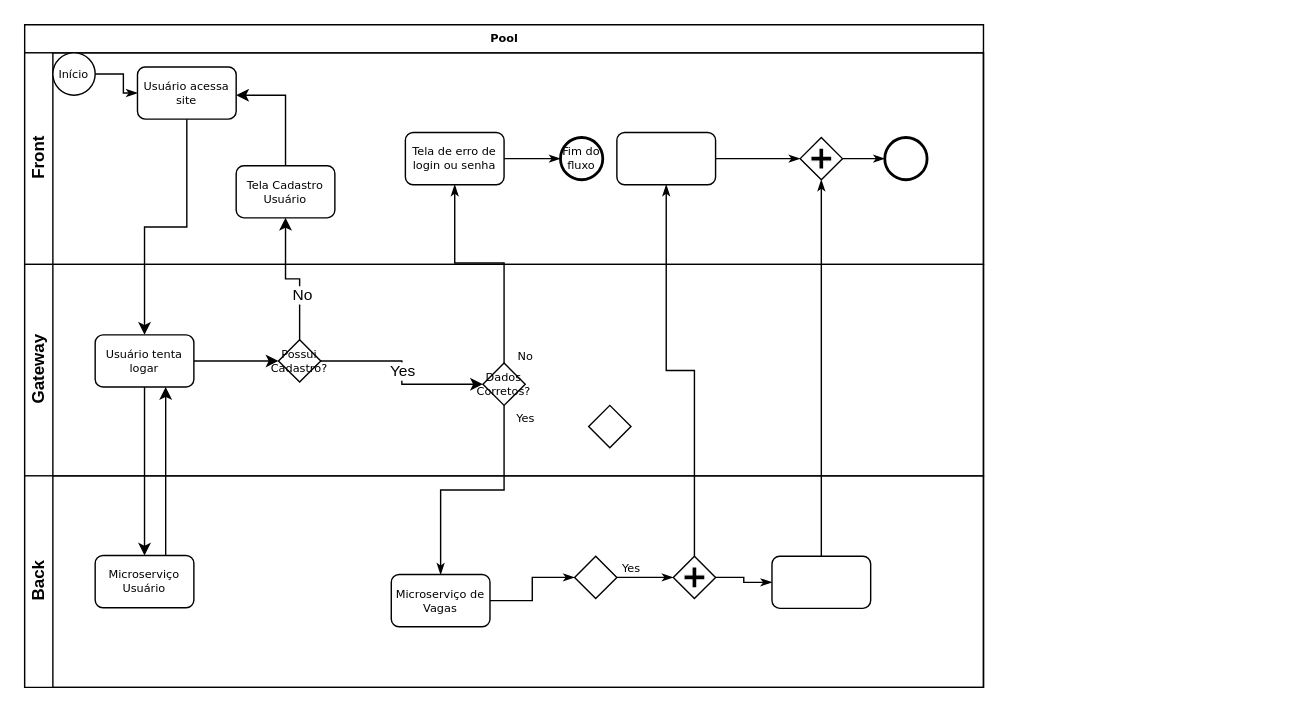
The draw.io diagram page "Diagrama de Ação" (1 of 2) of des-arqt-sol-ttr-cadastro-usuario-0001.drawio in lorenaabreu/transtrampoarq, before the edit. Source tidied: cells renumbered, new cells numbered last; positions are measured from the earlier drawing's top-left corner, leaving out a move shared by most shapes. Both pictures are drawn from the tidied source at 141%, with x=0, y=0 at pixel (24, 24).
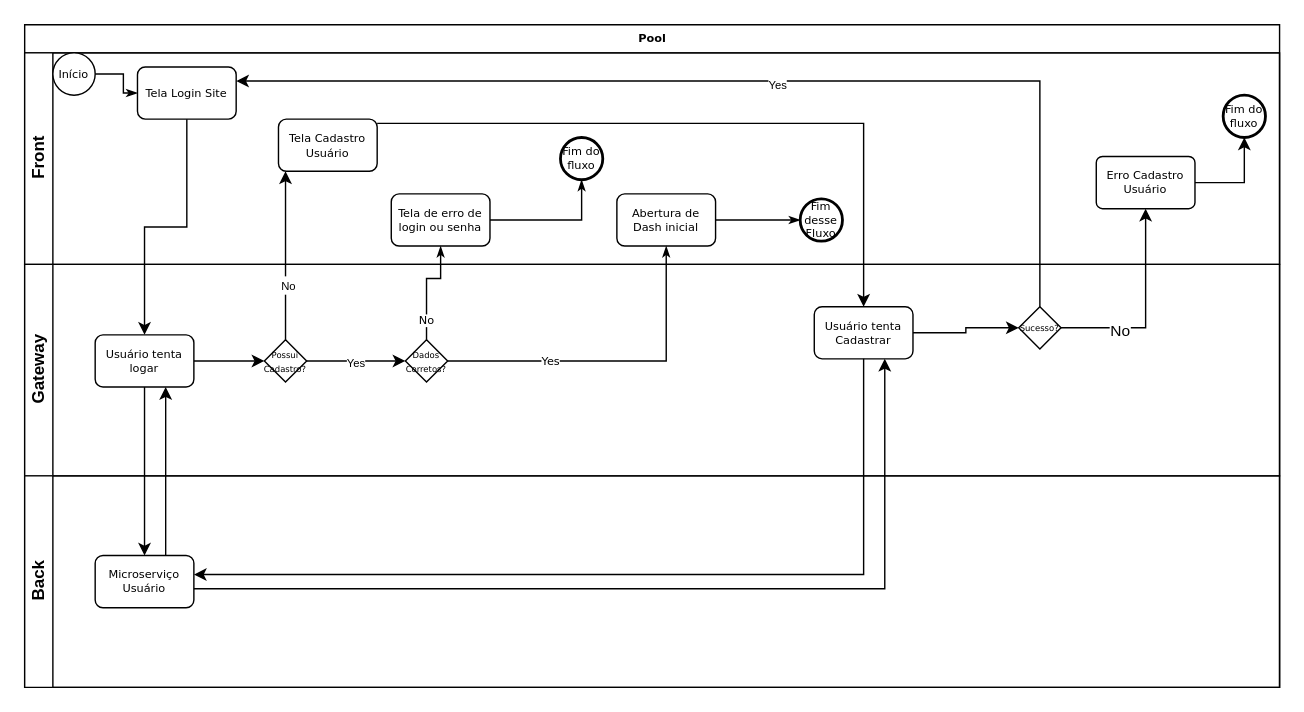
The same page after the edit.

The change refers to these unchanged cells:
```xml
<mxCell id="33" value="Microserviço Usuário" style="rounded=1;whiteSpace=wrap;html=1;shadow=0;labelBackgroundColor=none;strokeWidth=1;fontFamily=Verdana;fontSize=8;align=center;" parent="25" vertex="1">
  <mxGeometry x="50" y="56.5" width="70" height="37" as="geometry" />
</mxCell>
```

The edit, as a diff of the source:
```diff
@@
     <mxCell id="2" value="Pool" style="swimlane;html=1;horizontal=1;startSize=20;rounded=0;shadow=0;labelBackgroundColor=none;strokeWidth=1;fontFamily=Verdana;fontSize=8;align=center;" parent="1" vertex="1">
-      <mxGeometry width="680" height="470" as="geometry" />
+      <mxGeometry width="890" height="470" as="geometry" />
     </mxCell>
     <mxCell id="3" value="Front" style="swimlane;html=1;startSize=20;horizontal=0;" parent="2" vertex="1">
-      <mxGeometry y="20" width="680" height="150" as="geometry" />
+      <mxGeometry y="20" width="890" height="150" as="geometry" />
     </mxCell>
@@
-    <mxCell id="6" value="Usuário acessa site" style="rounded=1;whiteSpace=wrap;html=1;shadow=0;labelBackgroundColor=none;strokeWidth=1;fontFamily=Verdana;fontSize=8;align=center;" parent="3" vertex="1">
+    <mxCell id="6" value="Tela Login Site" style="rounded=1;whiteSpace=wrap;html=1;shadow=0;labelBackgroundColor=none;strokeWidth=1;fontFamily=Verdana;fontSize=8;align=center;" parent="3" vertex="1">
       <mxGeometry x="80" y="10" width="70" height="37" as="geometry" />
     </mxCell>
@@
     <mxCell id="8" value="Tela de erro de login ou senha" style="rounded=1;whiteSpace=wrap;html=1;shadow=0;labelBackgroundColor=none;strokeWidth=1;fontFamily=Verdana;fontSize=8;align=center;" parent="3" vertex="1">
-      <mxGeometry x="270" y="56.5" width="70" height="37" as="geometry" />
+      <mxGeometry x="260" y="100" width="70" height="37" as="geometry" />
     </mxCell>
@@
-    <mxCell id="10" style="edgeStyle=orthogonalEdgeStyle;rounded=0;html=1;entryX=0;entryY=0.5;labelBackgroundColor=none;startArrow=none;startFill=0;startSize=5;endArrow=classicThin;endFill=1;endSize=5;jettySize=auto;strokeWidth=1;fontFamily=Verdana;fontSize=8;" parent="3" edge="1" source="11" target="13">
-      <mxGeometry relative="1" as="geometry" />
-    </mxCell>
-    <mxCell id="11" style="rounded=1;whiteSpace=wrap;html=1;shadow=0;labelBackgroundColor=none;strokeWidth=1;fontFamily=Verdana;fontSize=8;align=center;" parent="3" vertex="1">
-      <mxGeometry x="420" y="56.5" width="70" height="37" as="geometry" />
+    <mxCell id="11" value="Abertura de Dash inicial" style="rounded=1;whiteSpace=wrap;html=1;shadow=0;labelBackgroundColor=none;strokeWidth=1;fontFamily=Verdana;fontSize=8;align=center;" parent="3" vertex="1">
+      <mxGeometry x="420" y="100" width="70" height="37" as="geometry" />
     </mxCell>
-    <mxCell id="12" style="edgeStyle=orthogonalEdgeStyle;rounded=0;html=1;labelBackgroundColor=none;startArrow=none;startFill=0;startSize=5;endArrow=classicThin;endFill=1;endSize=5;jettySize=auto;strokeWidth=1;fontFamily=Verdana;fontSize=8;" parent="3" edge="1" source="13" target="14">
+    <mxCell id="12" style="edgeStyle=orthogonalEdgeStyle;rounded=0;html=1;labelBackgroundColor=none;startArrow=none;startFill=0;startSize=5;endArrow=classicThin;endFill=1;endSize=5;jettySize=auto;strokeWidth=1;fontFamily=Verdana;fontSize=8;exitX=1;exitY=0.5;exitDx=0;exitDy=0;" parent="3" edge="1" source="11" target="14">
       <mxGeometry relative="1" as="geometry" />
     </mxCell>
-    <mxCell id="13" style="shape=mxgraph.bpmn.shape;html=1;verticalLabelPosition=bottom;labelBackgroundColor=#ffffff;verticalAlign=top;perimeter=rhombusPerimeter;background=gateway;outline=none;symbol=parallelGw;rounded=1;shadow=0;strokeWidth=1;fontFamily=Verdana;fontSize=8;align=center;" parent="3" vertex="1">
-      <mxGeometry x="550" y="60" width="30" height="30" as="geometry" />
-    </mxCell>
-    <mxCell id="14" style="ellipse;whiteSpace=wrap;html=1;rounded=0;shadow=0;labelBackgroundColor=none;strokeWidth=2;fontFamily=Verdana;fontSize=8;align=center;" parent="3" vertex="1">
-      <mxGeometry x="610" y="60" width="30" height="30" as="geometry" />
+    <mxCell id="14" value="Fim desse Fluxo" style="ellipse;whiteSpace=wrap;html=1;rounded=0;shadow=0;labelBackgroundColor=none;strokeWidth=2;fontFamily=Verdana;fontSize=8;align=center;" parent="3" vertex="1">
+      <mxGeometry x="550" y="103.5" width="30" height="30" as="geometry" />
     </mxCell>
-    <mxCell id="15" style="edgeStyle=orthogonalEdgeStyle;rounded=0;jettySize=auto;html=1;" parent="3" edge="1" source="16" target="6">
-      <mxGeometry relative="1" as="geometry">
-        <Array as="points">
-          <mxPoint x="185" y="30" />
-        </Array>
-      </mxGeometry>
-    </mxCell>
     <mxCell id="16" value="Tela Cadastro Usuário" style="rounded=1;whiteSpace=wrap;html=1;shadow=0;labelBackgroundColor=none;strokeWidth=1;fontFamily=Verdana;fontSize=8;align=center;" parent="3" vertex="1">
-      <mxGeometry x="150" y="80" width="70" height="37" as="geometry" />
+      <mxGeometry x="180" y="47" width="70" height="37" as="geometry" />
     </mxCell>
+    <mxCell id="43" value="Erro Cadastro Usuário" style="whiteSpace=wrap;html=1;fontSize=8;fontFamily=Verdana;rounded=1;shadow=0;labelBackgroundColor=none;strokeWidth=1;arcSize=12;strokeColor=default;align=center;verticalAlign=middle;fontColor=default;fillColor=default;" parent="3" vertex="1">
+      <mxGeometry x="760" y="73.5" width="70" height="37" as="geometry" />
+    </mxCell>
+    <mxCell id="44" value="Fim do fluxo" style="ellipse;whiteSpace=wrap;html=1;rounded=0;shadow=0;labelBackgroundColor=none;strokeWidth=2;fontFamily=Verdana;fontSize=8;align=center;" parent="3" vertex="1">
+      <mxGeometry x="850" y="30" width="30" height="30" as="geometry" />
+    </mxCell>
+    <mxCell id="45" style="edgeStyle=orthogonalEdgeStyle;rounded=0;jettySize=auto;html=1;" parent="3" edge="1" source="43" target="44">
+      <mxGeometry relative="1" as="geometry" />
+    </mxCell>
     <mxCell id="17" value="Gateway" style="swimlane;html=1;startSize=20;horizontal=0;" parent="2" vertex="1">
-      <mxGeometry y="170" width="680" height="150" as="geometry" />
+      <mxGeometry y="170" width="890" height="150" as="geometry" />
     </mxCell>
-    <mxCell id="18" style="strokeWidth=1;html=1;shape=mxgraph.flowchart.decision;whiteSpace=wrap;rounded=1;shadow=0;labelBackgroundColor=none;fontFamily=Verdana;fontSize=8;align=center;" parent="17" vertex="1">
-      <mxGeometry x="400" y="100" width="30" height="30" as="geometry" />
-    </mxCell>
@@
-    <mxCell id="21" value="Possui Cadastro?" style="strokeWidth=1;html=1;shape=mxgraph.flowchart.decision;whiteSpace=wrap;rounded=1;shadow=0;labelBackgroundColor=none;fontFamily=Verdana;fontSize=8;align=center;" parent="17" vertex="1">
-      <mxGeometry x="180" y="53.5" width="30" height="30" as="geometry" />
+    <mxCell id="21" value="&lt;font style=&quot;font-size: 6px;&quot;&gt;Possui Cadastro?&lt;/font&gt;" style="strokeWidth=1;html=1;shape=mxgraph.flowchart.decision;whiteSpace=wrap;rounded=1;shadow=0;labelBackgroundColor=none;fontFamily=Verdana;fontSize=8;align=center;" parent="17" vertex="1">
+      <mxGeometry x="170" y="53.5" width="30" height="30" as="geometry" />
     </mxCell>
-    <mxCell id="22" value="Dados Corretos?" style="strokeWidth=1;html=1;shape=mxgraph.flowchart.decision;whiteSpace=wrap;rounded=1;shadow=0;labelBackgroundColor=none;fontFamily=Verdana;fontSize=8;align=center;" parent="17" vertex="1">
-      <mxGeometry x="325" y="70" width="30" height="30" as="geometry" />
+    <mxCell id="22" value="&lt;font style=&quot;font-size: 6px;&quot;&gt;Dados Corretos?&lt;/font&gt;" style="strokeWidth=1;html=1;shape=mxgraph.flowchart.decision;whiteSpace=wrap;rounded=1;shadow=0;labelBackgroundColor=none;fontFamily=Verdana;fontSize=8;align=center;" parent="17" vertex="1">
+      <mxGeometry x="270" y="53.5" width="30" height="30" as="geometry" />
     </mxCell>
     <mxCell id="23" style="edgeStyle=orthogonalEdgeStyle;rounded=0;jettySize=auto;html=1;" parent="17" edge="1" source="21" target="22">
-      <mxGeometry relative="1" as="geometry" />
+      <mxGeometry relative="1" as="geometry">
+        <Array as="points">
+          <mxPoint x="270" y="70" />
+          <mxPoint x="270" y="70" />
+        </Array>
+      </mxGeometry>
     </mxCell>
-    <mxCell id="24" value="Yes" style="edgeLabel;html=1;align=center;verticalAlign=middle;" parent="23" vertex="1">
+    <mxCell id="24" value="&lt;font style=&quot;font-size: 8px;&quot;&gt;Yes&lt;/font&gt;" style="edgeLabel;html=1;align=center;verticalAlign=middle;" parent="23" vertex="1">
       <mxGeometry x="-0.03" relative="1" as="geometry" />
     </mxCell>
+    <mxCell id="46" style="edgeStyle=orthogonalEdgeStyle;rounded=0;jettySize=auto;html=1;" parent="17" edge="1" source="47" target="48">
+      <mxGeometry relative="1" as="geometry" />
+    </mxCell>
+    <mxCell id="47" value="Usuário tenta Cadastrar" style="rounded=1;whiteSpace=wrap;html=1;shadow=0;labelBackgroundColor=none;strokeWidth=1;fontFamily=Verdana;fontSize=8;align=center;" parent="17" vertex="1">
+      <mxGeometry x="560" y="30" width="70" height="37" as="geometry" />
+    </mxCell>
+    <mxCell id="48" value="&lt;font style=&quot;font-size: 6px;&quot;&gt;Sucesso?&lt;/font&gt;" style="rhombus;whiteSpace=wrap;html=1;fontSize=8;fontFamily=Verdana;rounded=1;shadow=0;labelBackgroundColor=none;strokeWidth=1;arcSize=0;strokeColor=default;align=center;verticalAlign=middle;fontColor=default;fillColor=default;" parent="17" vertex="1">
+      <mxGeometry x="705" y="30" width="30" height="30" as="geometry" />
+    </mxCell>
     <mxCell id="25" value="Back" style="swimlane;html=1;startSize=20;horizontal=0;" parent="2" vertex="1">
-      <mxGeometry y="320" width="680" height="150" as="geometry" />
+      <mxGeometry y="320" width="890" height="150" as="geometry" />
     </mxCell>
-    <mxCell id="26" style="edgeStyle=orthogonalEdgeStyle;rounded=0;html=1;labelBackgroundColor=none;startArrow=none;startFill=0;startSize=5;endArrow=classicThin;endFill=1;endSize=5;jettySize=auto;strokeWidth=1;fontFamily=Verdana;fontSize=8;" parent="25" edge="1" source="27" target="29">
-      <mxGeometry relative="1" as="geometry" />
-    </mxCell>
-    <mxCell id="27" value="Microserviço de Vagas" style="rounded=1;whiteSpace=wrap;html=1;shadow=0;labelBackgroundColor=none;strokeWidth=1;fontFamily=Verdana;fontSize=8;align=center;" parent="25" vertex="1">
-      <mxGeometry x="260" y="70" width="70" height="37" as="geometry" />
-    </mxCell>
-    <mxCell id="28" value="Yes" style="edgeStyle=orthogonalEdgeStyle;rounded=0;html=1;entryX=0;entryY=0.5;labelBackgroundColor=none;startArrow=none;startFill=0;startSize=5;endArrow=classicThin;endFill=1;endSize=5;jettySize=auto;strokeWidth=1;fontFamily=Verdana;fontSize=8;" parent="25" edge="1" source="29" target="31">
-      <mxGeometry x="-0.5" y="6" relative="1" as="geometry" />
-    </mxCell>
-    <mxCell id="29" style="strokeWidth=1;html=1;shape=mxgraph.flowchart.decision;whiteSpace=wrap;rounded=1;shadow=0;labelBackgroundColor=none;fontFamily=Verdana;fontSize=8;align=center;" parent="25" vertex="1">
-      <mxGeometry x="390" y="57" width="30" height="30" as="geometry" />
-    </mxCell>
-    <mxCell id="30" style="edgeStyle=orthogonalEdgeStyle;rounded=0;html=1;labelBackgroundColor=none;startArrow=none;startFill=0;startSize=5;endArrow=classicThin;endFill=1;endSize=5;jettySize=auto;strokeColor=#000000;strokeWidth=1;fontFamily=Verdana;fontSize=8;fontColor=#000000;" parent="25" edge="1" source="31" target="32">
-      <mxGeometry relative="1" as="geometry" />
-    </mxCell>
-    <mxCell id="31" style="shape=mxgraph.bpmn.shape;html=1;verticalLabelPosition=bottom;labelBackgroundColor=#ffffff;verticalAlign=top;perimeter=rhombusPerimeter;background=gateway;outline=none;symbol=parallelGw;rounded=1;shadow=0;strokeWidth=1;fontFamily=Verdana;fontSize=8;align=center;" parent="25" vertex="1">
-      <mxGeometry x="460" y="57" width="30" height="30" as="geometry" />
-    </mxCell>
-    <mxCell id="32" style="rounded=1;whiteSpace=wrap;html=1;shadow=0;labelBackgroundColor=none;strokeWidth=1;fontFamily=Verdana;fontSize=8;align=center;" parent="25" vertex="1">
-      <mxGeometry x="530" y="57" width="70" height="37" as="geometry" />
-    </mxCell>
@@
-    <mxCell id="34" value="No" style="edgeStyle=orthogonalEdgeStyle;rounded=0;html=1;labelBackgroundColor=none;startArrow=none;startFill=0;startSize=5;endArrow=classicThin;endFill=1;endSize=5;jettySize=auto;strokeWidth=1;fontFamily=Verdana;fontSize=8;" parent="2" edge="1" source="22" target="8">
-      <mxGeometry x="-0.94" y="-15" relative="1" as="geometry">
+    <mxCell id="34" value="No" style="edgeStyle=orthogonalEdgeStyle;rounded=0;html=1;labelBackgroundColor=default;startArrow=none;startFill=0;startSize=5;endArrow=classicThin;endFill=1;endSize=5;jettySize=auto;strokeWidth=1;fontFamily=Verdana;fontSize=8;exitX=0.5;exitY=0;exitDx=0;exitDy=0;exitPerimeter=0;" parent="2" edge="1" source="22" target="8">
+      <mxGeometry x="-0.63" relative="1" as="geometry">
         <Array as="points">
-          <mxPoint x="340" y="169" />
-          <mxPoint x="305" y="169" />
+          <mxPoint x="285" y="180" />
+          <mxPoint x="295" y="180" />
         </Array>
       </mxGeometry>
     </mxCell>
-    <mxCell id="35" value="Yes" style="edgeStyle=orthogonalEdgeStyle;rounded=0;html=1;labelBackgroundColor=none;startArrow=none;startFill=0;startSize=5;endArrow=classicThin;endFill=1;endSize=5;jettySize=auto;strokeWidth=1;fontFamily=Verdana;fontSize=8;" parent="2" edge="1" source="22" target="27">
-      <mxGeometry x="-0.89" y="15" relative="1" as="geometry" />
+    <mxCell id="35" value="Yes" style="edgeStyle=orthogonalEdgeStyle;rounded=0;html=1;labelBackgroundColor=default;startArrow=none;startFill=0;startSize=5;endArrow=classicThin;endFill=1;endSize=5;jettySize=auto;strokeWidth=1;fontFamily=Verdana;fontSize=8;" parent="2" edge="1" source="22" target="11">
+      <mxGeometry x="-0.38" relative="1" as="geometry" />
     </mxCell>
-    <mxCell id="36" style="edgeStyle=orthogonalEdgeStyle;rounded=0;html=1;entryX=0.5;entryY=1;labelBackgroundColor=none;startArrow=none;startFill=0;startSize=5;endArrow=classicThin;endFill=1;endSize=5;jettySize=auto;strokeWidth=1;fontFamily=Verdana;fontSize=8;" parent="2" edge="1" source="32" target="13">
-      <mxGeometry relative="1" as="geometry" />
-    </mxCell>
-    <mxCell id="37" style="edgeStyle=orthogonalEdgeStyle;rounded=0;html=1;labelBackgroundColor=none;startArrow=none;startFill=0;startSize=5;endArrow=classicThin;endFill=1;endSize=5;jettySize=auto;strokeWidth=1;fontFamily=Verdana;fontSize=8;" parent="2" edge="1" source="31" target="11">
-      <mxGeometry relative="1" as="geometry" />
-    </mxCell>
@@
     <mxCell id="41" style="edgeStyle=orthogonalEdgeStyle;rounded=0;jettySize=auto;html=1;" parent="2" edge="1" source="21" target="16">
-      <mxGeometry relative="1" as="geometry" />
+      <mxGeometry relative="1" as="geometry">
+        <Array as="points">
+          <mxPoint x="185" y="69" />
+        </Array>
+      </mxGeometry>
     </mxCell>
-    <mxCell id="42" value="No" style="edgeLabel;html=1;align=center;verticalAlign=middle;" parent="41" vertex="1">
+    <mxCell id="42" value="&lt;font style=&quot;font-size: 8px;&quot;&gt;No&lt;/font&gt;" style="edgeLabel;html=1;align=center;verticalAlign=middle;" parent="41" vertex="1">
       <mxGeometry x="-0.34" y="-1" relative="1" as="geometry" />
     </mxCell>
+    <mxCell id="49" style="edgeStyle=orthogonalEdgeStyle;rounded=0;jettySize=auto;html=1;" parent="2" edge="1" source="16" target="47">
+      <mxGeometry relative="1" as="geometry">
+        <Array as="points">
+          <mxPoint x="595" y="70" />
+        </Array>
+      </mxGeometry>
+    </mxCell>
+    <mxCell id="50" style="edgeStyle=orthogonalEdgeStyle;rounded=0;jettySize=auto;html=1;" parent="2" edge="1" source="47" target="33">
+      <mxGeometry relative="1" as="geometry">
+        <Array as="points">
+          <mxPoint x="595" y="390" />
+        </Array>
+      </mxGeometry>
+    </mxCell>
+    <mxCell id="51" style="edgeStyle=orthogonalEdgeStyle;rounded=0;jettySize=auto;html=1;" parent="2" edge="1" source="33" target="47">
+      <mxGeometry relative="1" as="geometry">
+        <Array as="points">
+          <mxPoint x="610" y="400" />
+        </Array>
+      </mxGeometry>
+    </mxCell>
+    <mxCell id="52" style="edgeStyle=orthogonalEdgeStyle;rounded=0;jettySize=auto;html=1;" parent="2" edge="1" source="48" target="6">
+      <mxGeometry relative="1" as="geometry">
+        <Array as="points">
+          <mxPoint x="720" y="40" />
+        </Array>
+      </mxGeometry>
+    </mxCell>
+    <mxCell id="28" value="&lt;font style=&quot;font-size: 8px;&quot;&gt;Yes&lt;/font&gt;" style="edgeLabel;html=1;align=center;verticalAlign=middle;" parent="52" vertex="1">
+      <mxGeometry x="-0.05" y="1" relative="1" as="geometry" />
+    </mxCell>
+    <mxCell id="53" style="edgeStyle=orthogonalEdgeStyle;rounded=0;jettySize=auto;html=1;" parent="2" edge="1" source="48" target="43">
+      <mxGeometry relative="1" as="geometry" />
+    </mxCell>
+    <mxCell id="54" value="No" style="edgeLabel;html=1;align=center;verticalAlign=middle;" parent="53" vertex="1">
+      <mxGeometry x="-0.43" y="-1" relative="1" as="geometry" />
+    </mxCell>
```
